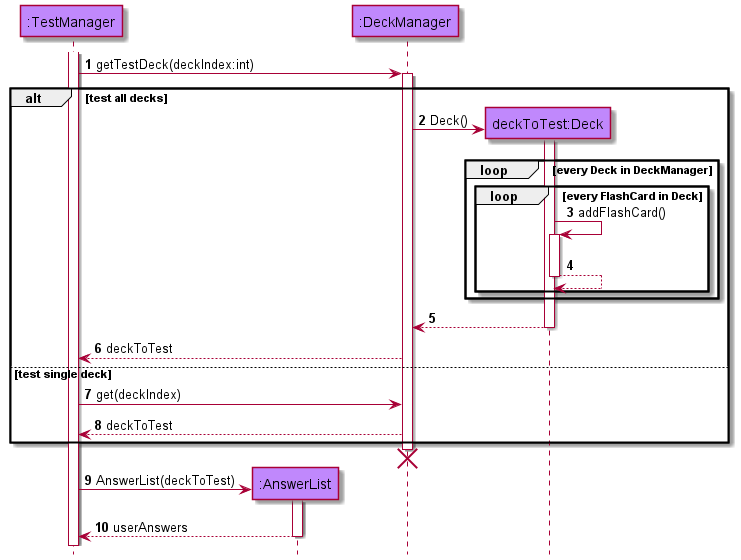
This is docs/assets/getTestDeckSequenceDiagram.png from xkisxk/tp, a PlantUML export, as it was before one commit.
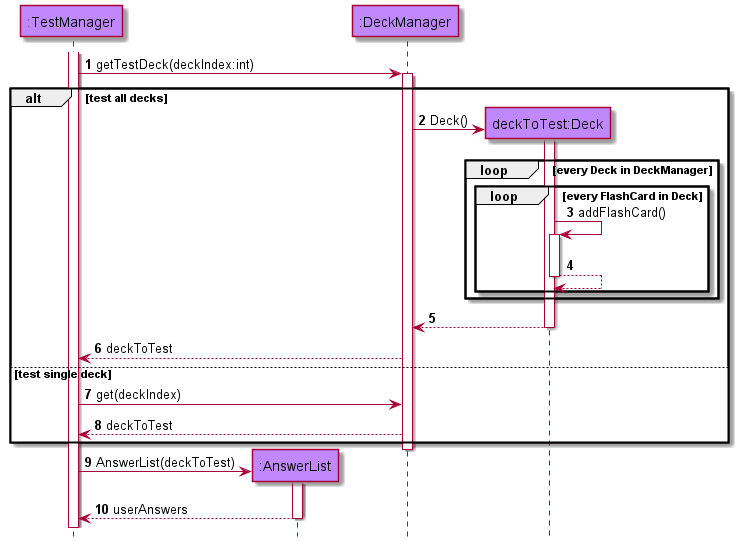
Above is the later version.

Change to the diagram source:
```diff
@@ -35,7 +35,6 @@
 DeckManager --> TestManager : deckToTest
 end
 deactivate DeckManager
-destroy DeckManager
 
 TestManager -> AnswerList **: AnswerList(deckToTest)
 activate AnswerList
```
